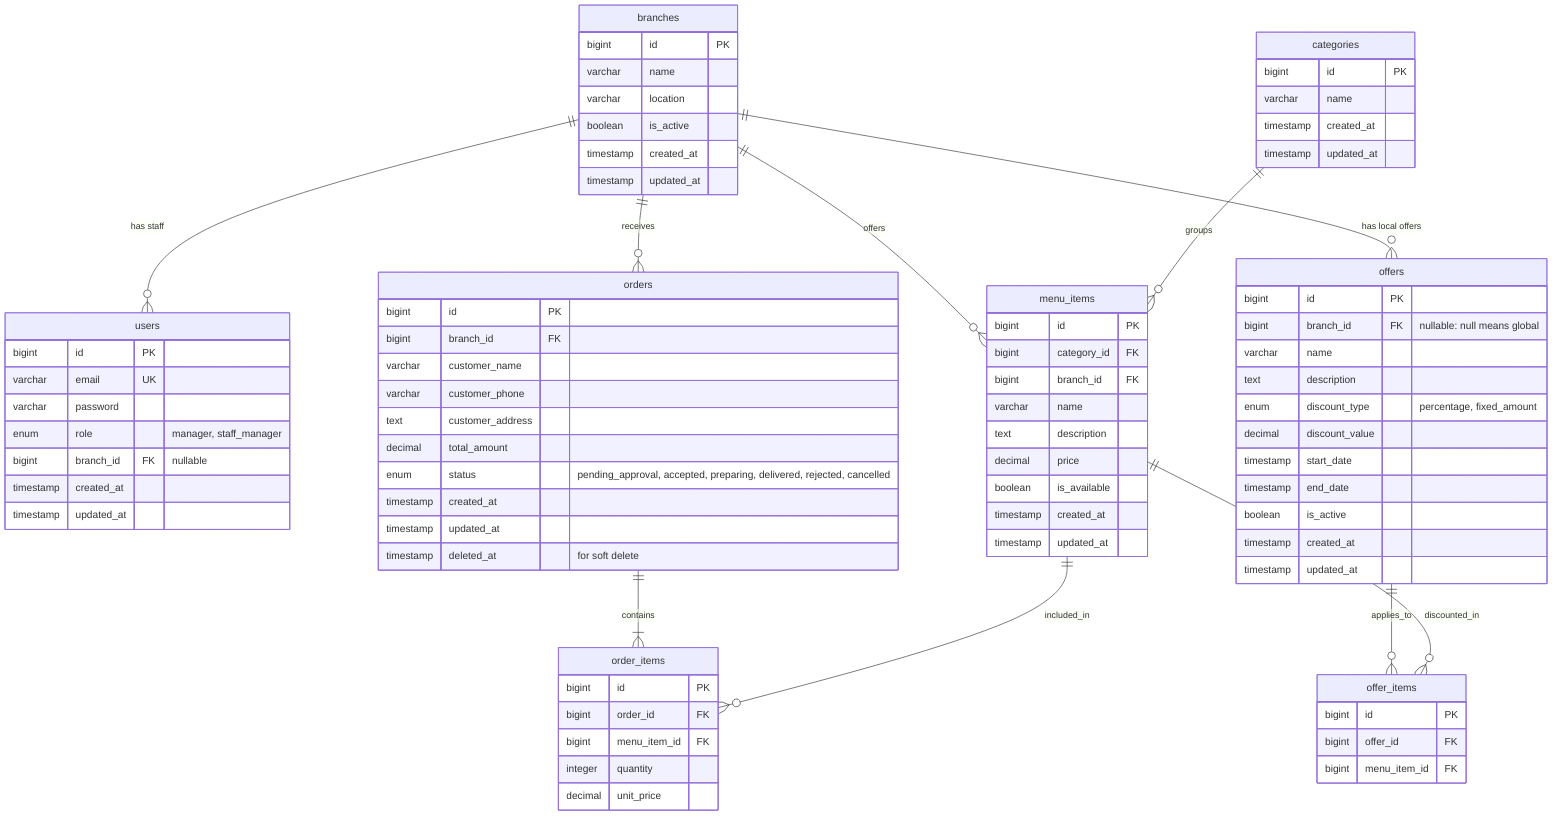
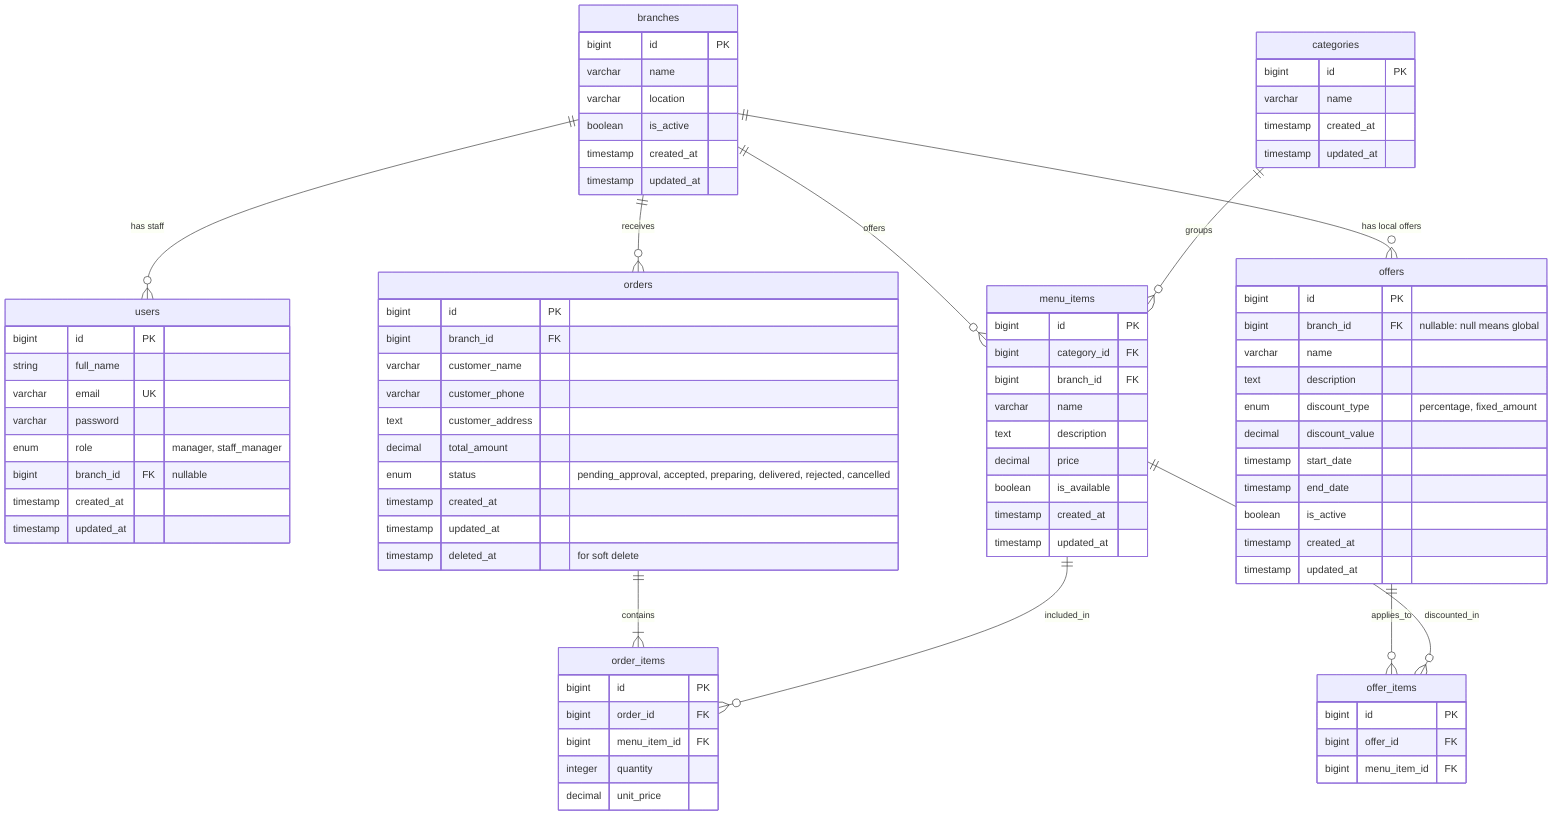
erDiagram
    branches ||--o{ users : "has staff"
    branches ||--o{ menu_items : "offers"
    branches ||--o{ orders : "receives"
    branches ||--o{ offers : "has local offers"
    categories ||--o{ menu_items : "groups"
    orders ||--|{ order_items : "contains"
    menu_items ||--o{ order_items : "included_in"
    offers ||--o{ offer_items : "applies_to"
    menu_items ||--o{ offer_items : "discounted_in"

    branches {
        bigint id PK
        varchar name
        varchar location
        boolean is_active
        timestamp created_at
        timestamp updated_at
    }

    users {
        bigint id PK
+         string full_name
        varchar email UK
        varchar password
        enum role "manager, staff_manager"
        bigint branch_id FK "nullable"
        timestamp created_at
        timestamp updated_at
    }

    categories {
        bigint id PK
        varchar name
        timestamp created_at
        timestamp updated_at
    }

    menu_items {
        bigint id PK
        bigint category_id FK
        bigint branch_id FK
        varchar name
        text description
        decimal price
        boolean is_available
        timestamp created_at
        timestamp updated_at
    }

    offers {
        bigint id PK
        bigint branch_id FK "nullable: null means global"
        varchar name
        text description
        enum discount_type "percentage, fixed_amount"
        decimal discount_value
        timestamp start_date
        timestamp end_date
        boolean is_active
        timestamp created_at
        timestamp updated_at
    }

    offer_items {
        bigint id PK
        bigint offer_id FK
        bigint menu_item_id FK
    }

    orders {
        bigint id PK
        bigint branch_id FK
        varchar customer_name
        varchar customer_phone
        text customer_address
        decimal total_amount
        enum status "pending_approval, accepted, preparing, delivered, rejected, cancelled"
        timestamp created_at
        timestamp updated_at
        timestamp deleted_at "for soft delete"
    }

    order_items {
        bigint id PK
        bigint order_id FK
        bigint menu_item_id FK
        integer quantity
        decimal unit_price
    }